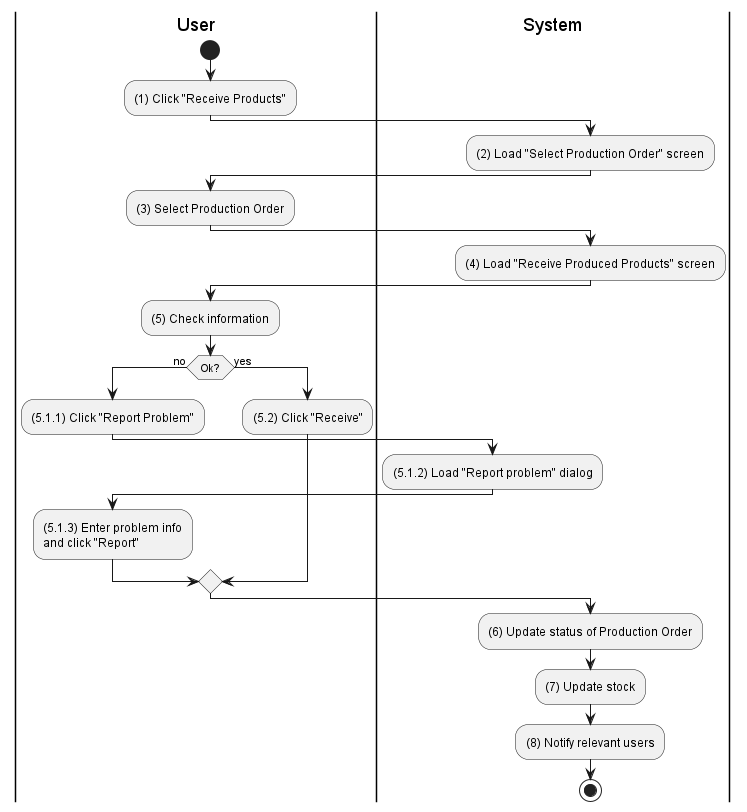
phihungha/scmss-reqs keeps this PlantUML diagram as activities/inventory-product-receive.png. Above is the earlier version.
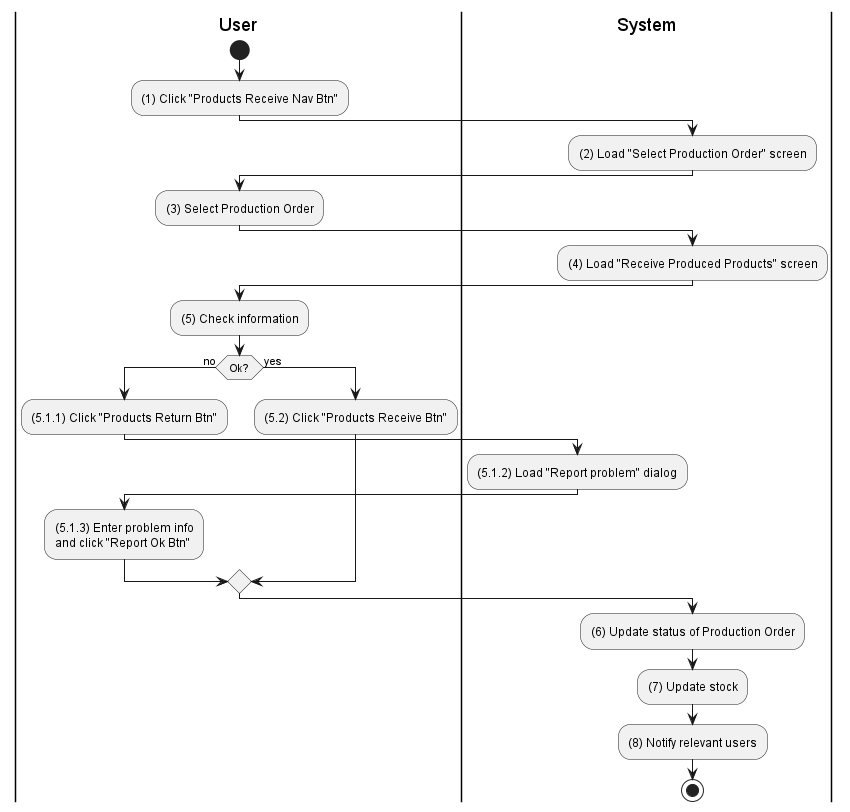
Above is the later version.

The edit, as a diff of the source:
```diff
@@ -4,7 +4,7 @@
 
 |u|
 start
-:(1) Click "Receive Products";
+:(1) Click "Products Receive Nav Btn";
 
 |s|
 :(2) Load "Select Production Order" screen;
@@ -20,16 +20,16 @@
 
 if (Ok?) then (no)
     |u|
-    :(5.1.1) Click "Report Problem";
+    :(5.1.1) Click "Products Return Btn";
 
     |s|
     :(5.1.2) Load "Report problem" dialog;
 
     |u|
-    :(5.1.3) Enter problem info\nand click "Report";
+    :(5.1.3) Enter problem info\nand click "Report Ok Btn";
 else (yes)
     |u|
-    :(5.2) Click "Receive";
+    :(5.2) Click "Products Receive Btn";
 endif
 
 |s|
```
